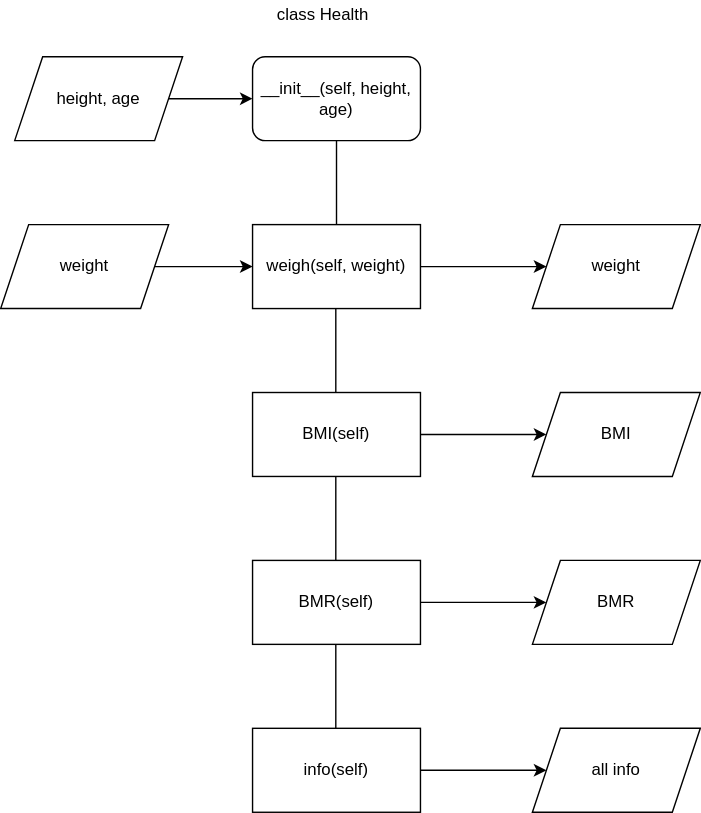
Before: Health.drawio.svg, a diagram exported from draw.io (ZacksAmber/Flowcharts). Source tidied: cells renumbered, new cells last; positions are measured from the earlier drawing's top-left corner, leaving out a move shared by most shapes. Source of this version:
```xml
<mxGraphModel>
  <root>
    <mxCell id="0" />
    <mxCell id="1" parent="0" />
    <mxCell id="2" value="__init__(self, height, age)" style="rounded=1;whiteSpace=wrap;html=1;" parent="1" vertex="1">
      <mxGeometry x="180" y="40" width="120" height="60" as="geometry" />
    </mxCell>
    <mxCell id="3" value="class Health" style="text;html=1;align=center;verticalAlign=middle;fillColor=none;strokeColor=none;rounded=0;" parent="1" vertex="1">
      <mxGeometry x="190" width="80" height="20" as="geometry" />
    </mxCell>
    <mxCell id="4" style="edgeStyle=orthogonalEdgeStyle;rounded=0;jettySize=auto;html=1;" parent="1" edge="1" source="5" target="2">
      <mxGeometry relative="1" as="geometry" />
    </mxCell>
    <mxCell id="5" value="height, age" style="shape=parallelogram;perimeter=parallelogramPerimeter;whiteSpace=wrap;html=1;fixedSize=1;" parent="1" vertex="1">
      <mxGeometry x="10" y="40" width="120" height="60" as="geometry" />
    </mxCell>
    <mxCell id="6" style="edgeStyle=orthogonalEdgeStyle;rounded=0;jettySize=auto;html=1;" parent="1" edge="1" source="7" target="15">
      <mxGeometry relative="1" as="geometry" />
    </mxCell>
    <mxCell id="7" value="weigh(self, weight)" style="rounded=0;whiteSpace=wrap;html=1;gradientColor=#ffffff;" parent="1" vertex="1">
      <mxGeometry x="180" y="160" width="120" height="60" as="geometry" />
    </mxCell>
    <mxCell id="8" style="edgeStyle=orthogonalEdgeStyle;rounded=0;jettySize=auto;html=1;" parent="1" edge="1" source="9" target="16">
      <mxGeometry relative="1" as="geometry" />
    </mxCell>
    <mxCell id="9" value="BMI(self)" style="rounded=0;whiteSpace=wrap;html=1;gradientColor=#ffffff;" parent="1" vertex="1">
      <mxGeometry x="180" y="280" width="120" height="60" as="geometry" />
    </mxCell>
    <mxCell id="10" style="edgeStyle=orthogonalEdgeStyle;rounded=0;jettySize=auto;html=1;" parent="1" edge="1" source="11" target="17">
      <mxGeometry relative="1" as="geometry" />
    </mxCell>
    <mxCell id="11" value="BMR(self)" style="rounded=0;whiteSpace=wrap;html=1;gradientColor=#ffffff;" parent="1" vertex="1">
      <mxGeometry x="180" y="400" width="120" height="60" as="geometry" />
    </mxCell>
    <mxCell id="12" style="endArrow=none;html=1;rounded=0;exitX=0.5;exitY=0;exitDx=0;exitDy=0;entryX=0.5;entryY=1;entryDx=0;entryDy=0;" parent="1" edge="1" source="7" target="2">
      <mxGeometry relative="1" as="geometry" />
    </mxCell>
    <mxCell id="13" style="endArrow=none;html=1;rounded=0;exitX=0.5;exitY=0;exitDx=0;exitDy=0;entryX=0.5;entryY=1;entryDx=0;entryDy=0;" parent="1" edge="1">
      <mxGeometry relative="1" as="geometry">
        <mxPoint x="239.5" y="280" as="sourcePoint" />
        <mxPoint x="239.5" y="220" as="targetPoint" />
      </mxGeometry>
    </mxCell>
    <mxCell id="14" style="endArrow=none;html=1;rounded=0;exitX=0.5;exitY=0;exitDx=0;exitDy=0;entryX=0.5;entryY=1;entryDx=0;entryDy=0;" parent="1" edge="1">
      <mxGeometry relative="1" as="geometry">
        <mxPoint x="239.5" y="400" as="sourcePoint" />
        <mxPoint x="239.5" y="340" as="targetPoint" />
      </mxGeometry>
    </mxCell>
    <mxCell id="15" value="weight" style="shape=parallelogram;perimeter=parallelogramPerimeter;whiteSpace=wrap;html=1;fixedSize=1;rounded=0;gradientColor=#ffffff;" parent="1" vertex="1">
      <mxGeometry x="380" y="160" width="120" height="60" as="geometry" />
    </mxCell>
    <mxCell id="16" value="BMI" style="shape=parallelogram;perimeter=parallelogramPerimeter;whiteSpace=wrap;html=1;fixedSize=1;rounded=0;gradientColor=#ffffff;" parent="1" vertex="1">
      <mxGeometry x="380" y="280" width="120" height="60" as="geometry" />
    </mxCell>
    <mxCell id="17" value="BMR" style="shape=parallelogram;perimeter=parallelogramPerimeter;whiteSpace=wrap;html=1;fixedSize=1;rounded=0;gradientColor=#ffffff;" parent="1" vertex="1">
      <mxGeometry x="380" y="400" width="120" height="60" as="geometry" />
    </mxCell>
    <mxCell id="18" style="edgeStyle=orthogonalEdgeStyle;rounded=0;jettySize=auto;html=1;" parent="1" edge="1" source="19" target="21">
      <mxGeometry relative="1" as="geometry" />
    </mxCell>
    <mxCell id="19" value="info(self)" style="rounded=0;whiteSpace=wrap;html=1;gradientColor=#ffffff;" parent="1" vertex="1">
      <mxGeometry x="180" y="520" width="120" height="60" as="geometry" />
    </mxCell>
    <mxCell id="20" style="endArrow=none;html=1;rounded=0;exitX=0.5;exitY=0;exitDx=0;exitDy=0;entryX=0.5;entryY=1;entryDx=0;entryDy=0;" parent="1" edge="1">
      <mxGeometry relative="1" as="geometry">
        <mxPoint x="239.5" y="520" as="sourcePoint" />
        <mxPoint x="239.5" y="460" as="targetPoint" />
      </mxGeometry>
    </mxCell>
    <mxCell id="21" value="all info" style="shape=parallelogram;perimeter=parallelogramPerimeter;whiteSpace=wrap;html=1;fixedSize=1;rounded=0;gradientColor=#ffffff;" parent="1" vertex="1">
      <mxGeometry x="380" y="520" width="120" height="60" as="geometry" />
    </mxCell>
    <mxCell id="22" style="edgeStyle=orthogonalEdgeStyle;rounded=0;jettySize=auto;html=1;" parent="1" edge="1" source="23" target="7">
      <mxGeometry relative="1" as="geometry" />
    </mxCell>
    <mxCell id="23" value="weight" style="shape=parallelogram;perimeter=parallelogramPerimeter;whiteSpace=wrap;html=1;fixedSize=1;" parent="1" vertex="1">
      <mxGeometry y="160" width="120" height="60" as="geometry" />
    </mxCell>
  </root>
</mxGraphModel>
```
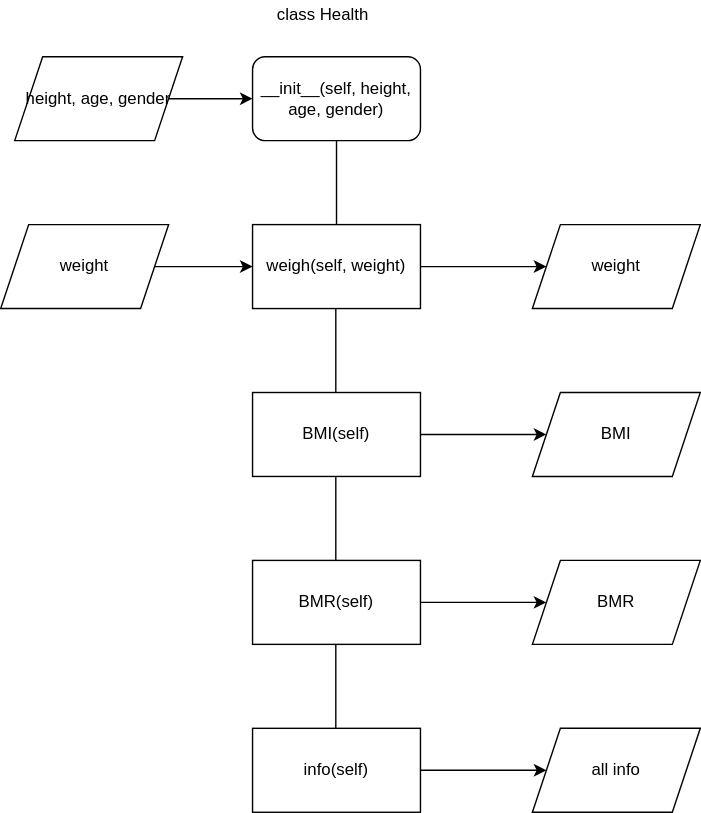
The same diagram one commit later.

What changed in the source:
```diff
@@ -2,7 +2,7 @@
   <root>
     <mxCell id="0" />
     <mxCell id="1" parent="0" />
-    <mxCell id="2" value="__init__(self, height, age)" style="rounded=1;whiteSpace=wrap;html=1;" parent="1" vertex="1">
+    <mxCell id="2" value="__init__(self, height, age, gender)" style="rounded=1;whiteSpace=wrap;html=1;" parent="1" vertex="1">
       <mxGeometry x="180" y="40" width="120" height="60" as="geometry" />
     </mxCell>
     <mxCell id="3" value="class Health" style="text;html=1;align=center;verticalAlign=middle;fillColor=none;strokeColor=none;rounded=0;" parent="1" vertex="1">
@@ -11,7 +11,7 @@
     <mxCell id="4" style="edgeStyle=orthogonalEdgeStyle;rounded=0;jettySize=auto;html=1;" parent="1" edge="1" source="5" target="2">
       <mxGeometry relative="1" as="geometry" />
     </mxCell>
-    <mxCell id="5" value="height, age" style="shape=parallelogram;perimeter=parallelogramPerimeter;whiteSpace=wrap;html=1;fixedSize=1;" parent="1" vertex="1">
+    <mxCell id="5" value="height, age, gender" style="shape=parallelogram;perimeter=parallelogramPerimeter;whiteSpace=wrap;html=1;fixedSize=1;" parent="1" vertex="1">
       <mxGeometry x="10" y="40" width="120" height="60" as="geometry" />
     </mxCell>
     <mxCell id="6" style="edgeStyle=orthogonalEdgeStyle;rounded=0;jettySize=auto;html=1;" parent="1" edge="1" source="7" target="15">
```
